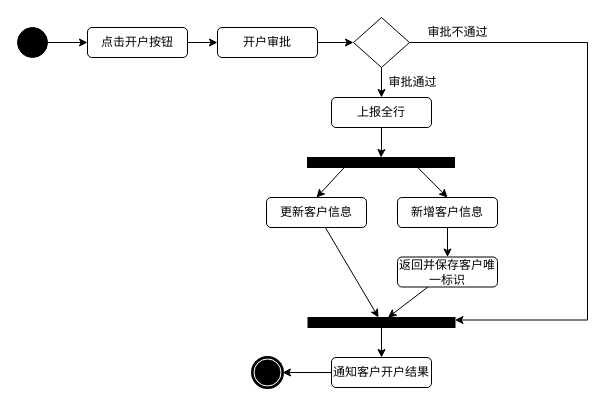
wuxiao-web/graduationThesis keeps this draw.io diagram as 开户活动图.drawio. Above is the earlier version. Source tidied: cells renumbered, new cells numbered last; positions are measured from the earlier drawing's top-left corner, leaving out a move shared by most shapes. Both pictures are drawn from the tidied source at 100%, with x=0, y=0 at pixel (17, 17).
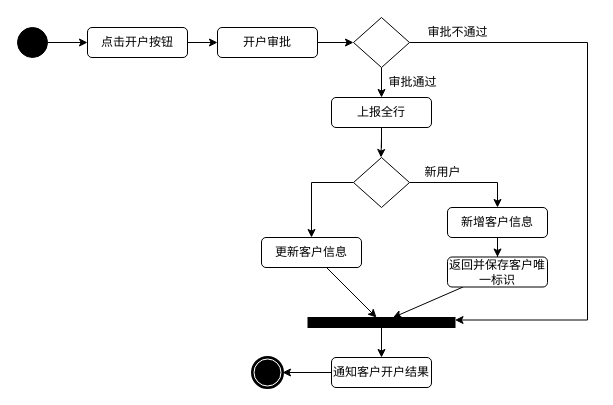
Above is the later version.

Commit message:
更新开户活动图.drawio

Unchanged cells that the change refers to:
```xml
<mxCell id="12" value="上报全行" style="rounded=1;whiteSpace=wrap;html=1;" parent="1" vertex="1">
  <mxGeometry x="314" y="80" width="100" height="30" as="geometry" />
</mxCell>
```

The edit, as a diff of the source:
```diff
@@
-    <mxCell id="11" style="edgeStyle=orthogonalEdgeStyle;rounded=0;jettySize=auto;html=1;entryX=0.5;entryY=0;entryDx=0;entryDy=0;" parent="1" edge="1" source="12" target="13">
-      <mxGeometry relative="1" as="geometry" />
+    <mxCell id="11" style="edgeStyle=orthogonalEdgeStyle;rounded=0;jettySize=auto;html=1;entryX=0.5;entryY=0;entryDx=0;entryDy=0;" parent="1" edge="1" source="12">
+      <mxGeometry relative="1" as="geometry">
+        <mxPoint x="363.5" y="140" as="targetPoint" />
+      </mxGeometry>
     </mxCell>
@@
-    <mxCell id="13" style="whiteSpace=wrap;html=1;rounded=0;shadow=0;comic=0;labelBackgroundColor=none;strokeWidth=1;fillColor=#000000;fontFamily=Verdana;fontSize=12;align=center;rotation=0;" parent="1" vertex="1">
-      <mxGeometry x="290" y="140" width="147" height="10" as="geometry" />
-    </mxCell>
@@
     <mxCell id="15" value="更新客户信息" style="rounded=1;whiteSpace=wrap;html=1;" parent="1" vertex="1">
-      <mxGeometry x="249" y="180" width="100" height="30" as="geometry" />
+      <mxGeometry x="244" y="220" width="100" height="30" as="geometry" />
     </mxCell>
@@
     <mxCell id="17" value="新增客户信息" style="rounded=1;whiteSpace=wrap;html=1;" parent="1" vertex="1">
-      <mxGeometry x="380" y="180" width="100" height="30" as="geometry" />
+      <mxGeometry x="430" y="190" width="100" height="30" as="geometry" />
     </mxCell>
-    <mxCell id="18" style="endArrow=classic;html=1;rounded=0;exitX=0.25;exitY=1;exitDx=0;exitDy=0;entryX=0.5;entryY=0;entryDx=0;entryDy=0;" parent="1" edge="1" source="13" target="15">
+    <mxCell id="18" style="endArrow=classic;html=1;rounded=0;exitX=0;exitY=0.5;exitDx=0;exitDy=0;entryX=0.5;entryY=0;entryDx=0;entryDy=0;edgeStyle=orthogonalEdgeStyle;" parent="1" edge="1" source="30" target="15">
       <mxGeometry relative="1" as="geometry" />
     </mxCell>
-    <mxCell id="19" style="endArrow=classic;html=1;rounded=0;exitX=0.75;exitY=1;exitDx=0;exitDy=0;entryX=0.5;entryY=0;entryDx=0;entryDy=0;" parent="1" edge="1" source="13" target="17">
-      <mxGeometry relative="1" as="geometry" />
-    </mxCell>
@@
     <mxCell id="21" value="返回并保存客户唯一标识" style="rounded=1;whiteSpace=wrap;html=1;" parent="1" vertex="1">
-      <mxGeometry x="380" y="239.5" width="100" height="30" as="geometry" />
+      <mxGeometry x="430" y="239.5" width="100" height="30" as="geometry" />
     </mxCell>
@@
+    <mxCell id="29" style="edgeStyle=orthogonalEdgeStyle;rounded=0;jettySize=auto;html=1;entryX=0.5;entryY=0;entryDx=0;entryDy=0;" parent="1" edge="1" source="30" target="17">
+      <mxGeometry relative="1" as="geometry" />
+    </mxCell>
+    <mxCell id="30" style="rhombus;whiteSpace=wrap;html=1;" parent="1" vertex="1">
+      <mxGeometry x="336" y="140" width="56" height="50" as="geometry" />
+    </mxCell>
+    <mxCell id="31" value="新用户" style="text;html=1;align=center;verticalAlign=middle;strokeColor=none;fillColor=none;" parent="1" vertex="1">
+      <mxGeometry x="395" y="140" width="60" height="30" as="geometry" />
+    </mxCell>
```
